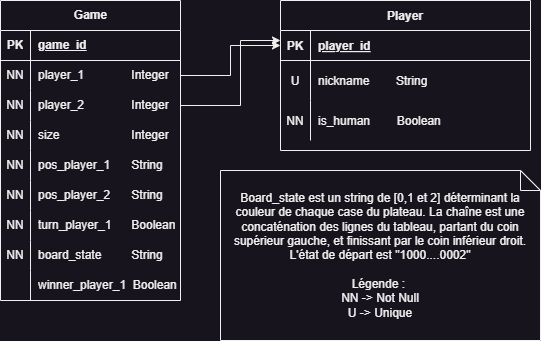
The draw.io diagram schema base de donnée.png in perdita96/Projet-IA, before a commit. Source tidied: cells renumbered, new cells last; positions are measured from the earlier drawing's top-left corner, leaving out a move shared by most shapes.
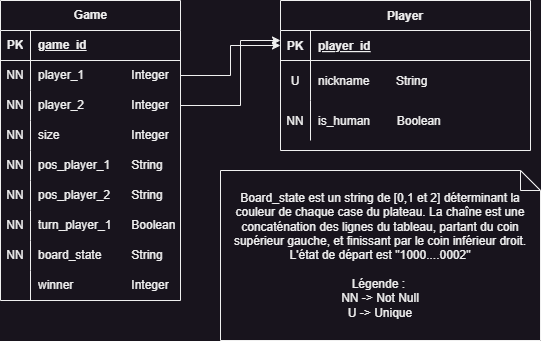
Above is the later version.

Commit message:
winner int

Change to the diagram source:
```diff
@@ -113,7 +113,7 @@
     <mxCell id="38" style="shape=partialRectangle;fillColor=none;top=0;left=0;bottom=0;right=0;overflow=hidden;whiteSpace=wrap;html=1;" parent="37" vertex="1">
       <mxGeometry width="30" height="30" as="geometry" />
     </mxCell>
-    <mxCell id="39" value="winner_player_1&amp;nbsp; Boolean" style="shape=partialRectangle;fillColor=none;top=0;left=0;bottom=0;right=0;align=left;spacingLeft=6;overflow=hidden;whiteSpace=wrap;html=1;" parent="37" vertex="1">
+    <mxCell id="39" value="winner&lt;span style=&quot;white-space: pre;&quot;&gt;&#9;&lt;/span&gt;&lt;span style=&quot;white-space: pre;&quot;&gt;&#9;&lt;/span&gt;&amp;nbsp; &amp;nbsp; Integer" style="shape=partialRectangle;fillColor=none;top=0;left=0;bottom=0;right=0;align=left;spacingLeft=6;overflow=hidden;whiteSpace=wrap;html=1;" parent="37" vertex="1">
       <mxGeometry x="30" width="150" height="30" as="geometry" />
     </mxCell>
     <mxCell id="40" style="edgeStyle=orthogonalEdgeStyle;rounded=0;jettySize=auto;html=1;entryX=0;entryY=0.5;entryDx=0;entryDy=0;" parent="1" edge="1" source="16" target="3">
```
